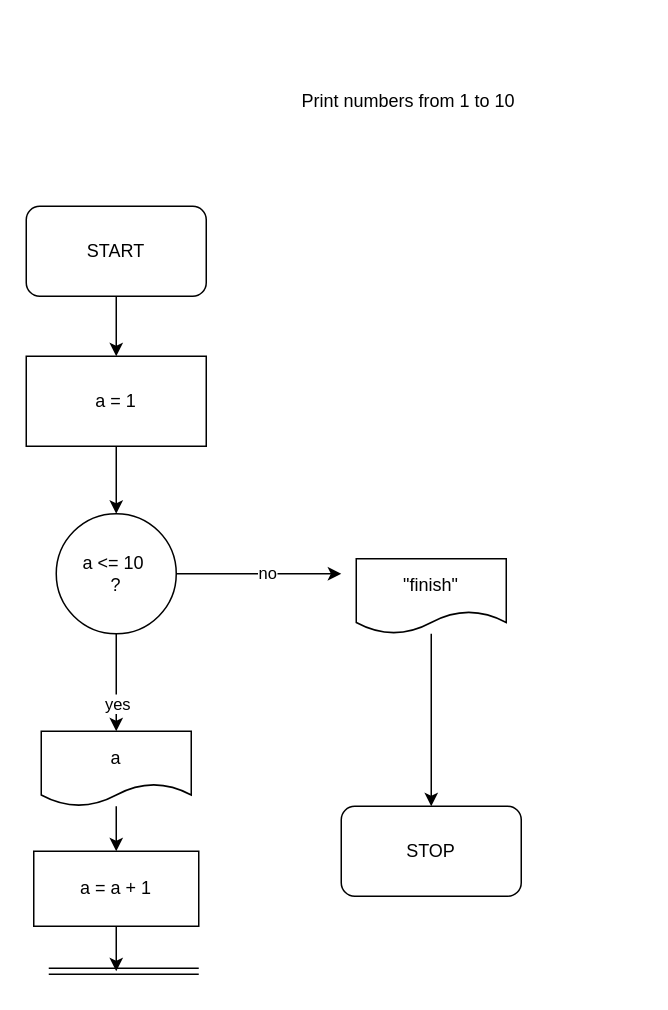
fullstack290623/31.07.2023 keeps this draw.io diagram as loop2.drawio. Above is the earlier version. Source tidied: cells renumbered, new cells numbered last; positions are measured from the earlier drawing's top-left corner, leaving out a move shared by most shapes. Both pictures are drawn from the tidied source at 150%, with x=0, y=0 at pixel (26, 26).
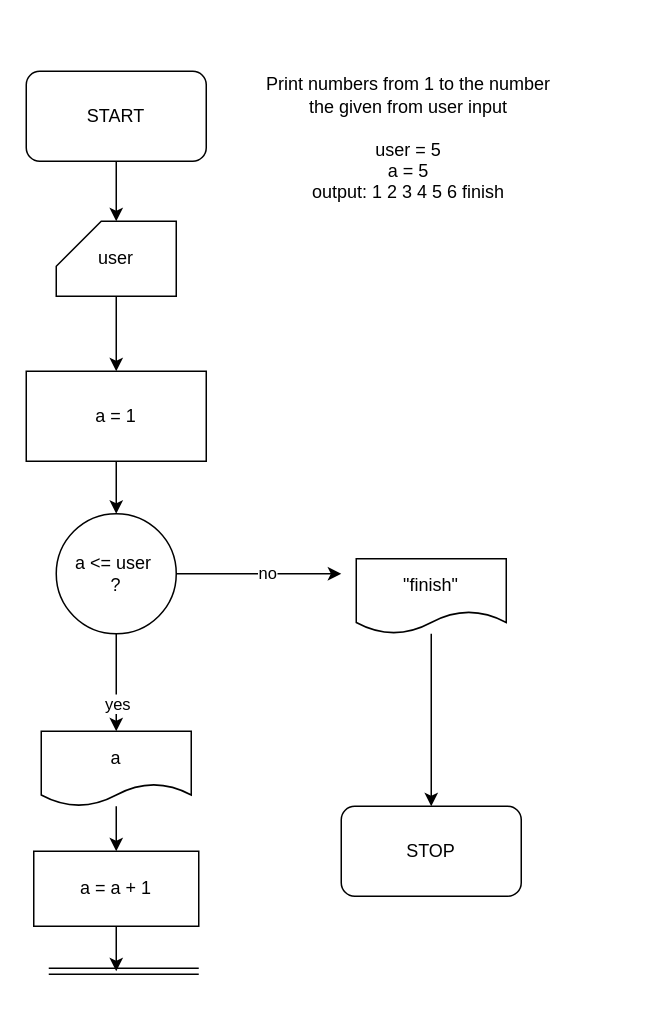
The same page after the edit.

What changed in the source:
```diff
@@
-    <mxCell id="2" style="edgeStyle=orthogonalEdgeStyle;rounded=0;jettySize=auto;html=1;" parent="1" edge="1" source="3" target="7">
-      <mxGeometry relative="1" as="geometry" />
-    </mxCell>
+    <mxCell id="20" style="edgeStyle=orthogonalEdgeStyle;rounded=0;jettySize=auto;html=1;" parent="1" edge="1" source="3" target="22">
+      <mxGeometry relative="1" as="geometry" />
+    </mxCell>
     <mxCell id="3" value="START" style="rounded=1;whiteSpace=wrap;html=1;" parent="1" vertex="1">
-      <mxGeometry y="120" width="120" height="60" as="geometry" />
+      <mxGeometry y="30" width="120" height="60" as="geometry" />
     </mxCell>
@@
-    <mxCell id="5" value="Print numbers from 1 to 10" style="text;html=1;strokeColor=none;fillColor=none;align=center;verticalAlign=middle;whiteSpace=wrap;rounded=0;" parent="1" vertex="1">
-      <mxGeometry x="100" width="310" height="100" as="geometry" />
+    <mxCell id="5" value="Print numbers from 1 to the number&lt;br&gt;the given from user input&lt;br&gt;&lt;br&gt;user = 5&lt;br&gt;a = 5&lt;br&gt;output: 1 2 3 4 5 6 finish&lt;br&gt;" style="text;html=1;strokeColor=none;fillColor=none;align=center;verticalAlign=middle;whiteSpace=wrap;rounded=0;" parent="1" vertex="1">
+      <mxGeometry x="100" width="310" height="150" as="geometry" />
     </mxCell>
@@
     <mxCell id="7" value="a = 1" style="rounded=0;whiteSpace=wrap;html=1;" parent="1" vertex="1">
-      <mxGeometry y="220" width="120" height="60" as="geometry" />
+      <mxGeometry y="230" width="120" height="60" as="geometry" />
     </mxCell>
@@
-    <mxCell id="16" value="a &amp;lt;= 10&amp;nbsp;&lt;br&gt;?" style="ellipse;whiteSpace=wrap;html=1;" parent="1" vertex="1">
+    <mxCell id="16" value="a &amp;lt;= user&amp;nbsp;&lt;br&gt;?" style="ellipse;whiteSpace=wrap;html=1;" parent="1" vertex="1">
       <mxGeometry x="20" y="325" width="80" height="80" as="geometry" />
     </mxCell>
@@
+    <mxCell id="21" style="edgeStyle=orthogonalEdgeStyle;rounded=0;jettySize=auto;html=1;" parent="1" edge="1" source="22" target="7">
+      <mxGeometry relative="1" as="geometry" />
+    </mxCell>
+    <mxCell id="22" value="user" style="shape=card;whiteSpace=wrap;html=1;" parent="1" vertex="1">
+      <mxGeometry x="20" y="130" width="80" height="50" as="geometry" />
+    </mxCell>
```
